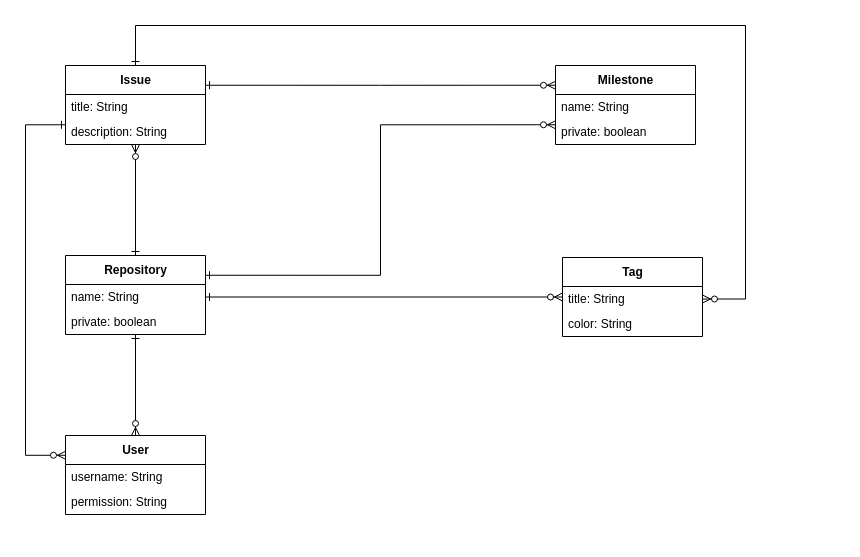
ualits/itsi-gitsi keeps this draw.io diagram as model.dio. Above is the earlier version. Source tidied: cells renumbered, new cells numbered last; positions are measured from the earlier drawing's top-left corner, leaving out a move shared by most shapes. Both pictures are drawn from the tidied source at 100%, with x=0, y=0 at pixel (25, 25).
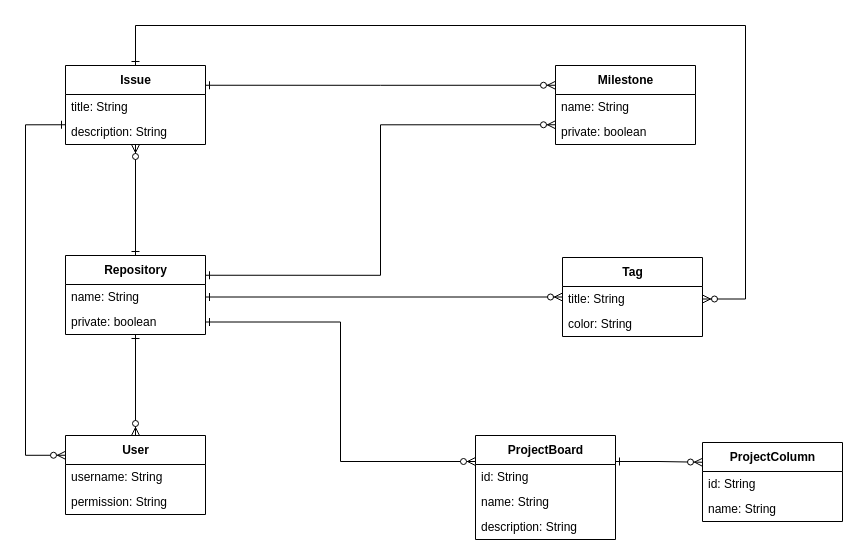
The same diagram, later.

The change refers to these unchanged cells:
```xml
<mxCell id="5" value="private: boolean" style="text;html=1;strokeColor=none;fillColor=none;align=left;verticalAlign=middle;spacingLeft=4;spacingRight=4;overflow=hidden;points=[[0,0.5],[1,0.5]];portConstraint=eastwest;" parent="3" vertex="1">
  <mxGeometry y="54" width="140" height="25" as="geometry" />
</mxCell>
```

What changed in the source:
```diff
@@
+    <mxCell id="24" style="edgeStyle=orthogonalEdgeStyle;rounded=0;jettySize=auto;html=1;exitX=1;exitY=0.25;exitDx=0;exitDy=0;entryX=0;entryY=0.25;entryDx=0;entryDy=0;startArrow=ERone;startFill=0;endArrow=ERzeroToMany;endFill=1;" parent="1" edge="1" source="25" target="30">
+      <mxGeometry relative="1" as="geometry" />
+    </mxCell>
+    <mxCell id="25" value="ProjectBoard" style="swimlane;fontStyle=1;align=center;verticalAlign=middle;horizontal=1;startSize=29;html=1;" parent="1" vertex="1">
+      <mxGeometry x="450" y="410" width="140" height="104" as="geometry" />
+    </mxCell>
+    <mxCell id="26" value="id: String" style="text;html=1;strokeColor=none;fillColor=none;align=left;verticalAlign=middle;spacingLeft=4;spacingRight=4;overflow=hidden;" parent="25" vertex="1">
+      <mxGeometry y="29" width="140" height="25" as="geometry" />
+    </mxCell>
+    <mxCell id="27" value="name: String" style="text;html=1;strokeColor=none;fillColor=none;align=left;verticalAlign=middle;spacingLeft=4;spacingRight=4;overflow=hidden;" parent="25" vertex="1">
+      <mxGeometry y="54" width="140" height="25" as="geometry" />
+    </mxCell>
+    <mxCell id="28" value="description: String" style="text;html=1;strokeColor=none;fillColor=none;align=left;verticalAlign=middle;spacingLeft=4;spacingRight=4;overflow=hidden;" parent="25" vertex="1">
+      <mxGeometry y="79" width="140" height="25" as="geometry" />
+    </mxCell>
+    <mxCell id="29" style="edgeStyle=orthogonalEdgeStyle;rounded=0;jettySize=auto;html=1;exitX=1;exitY=0.5;exitDx=0;exitDy=0;entryX=0;entryY=0.25;entryDx=0;entryDy=0;startArrow=ERone;startFill=0;endArrow=ERzeroToMany;endFill=1;" parent="1" edge="1" source="5" target="25">
+      <mxGeometry relative="1" as="geometry" />
+    </mxCell>
+    <mxCell id="30" value="ProjectColumn" style="swimlane;fontStyle=1;align=center;verticalAlign=middle;horizontal=1;startSize=29;html=1;" parent="1" vertex="1">
+      <mxGeometry x="677" y="417" width="140" height="79" as="geometry" />
+    </mxCell>
+    <mxCell id="31" value="id: String" style="text;html=1;strokeColor=none;fillColor=none;align=left;verticalAlign=middle;spacingLeft=4;spacingRight=4;overflow=hidden;" parent="30" vertex="1">
+      <mxGeometry y="29" width="140" height="25" as="geometry" />
+    </mxCell>
+    <mxCell id="32" value="name: String" style="text;html=1;strokeColor=none;fillColor=none;align=left;verticalAlign=middle;spacingLeft=4;spacingRight=4;overflow=hidden;" parent="30" vertex="1">
+      <mxGeometry y="54" width="140" height="25" as="geometry" />
+    </mxCell>
```
